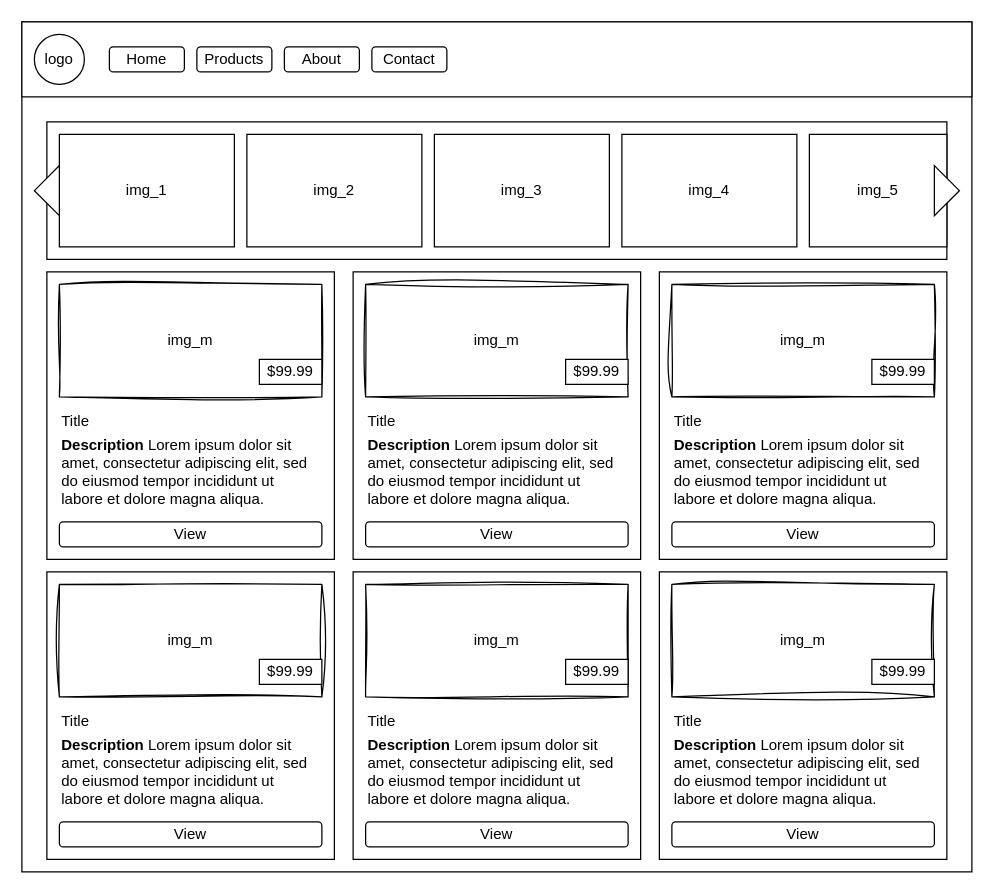
Above: home.drawio in rdnamil/PROG2700-Project (draw.io), before the change. Source tidied: cells renumbered, new cells numbered last; positions are measured from the earlier drawing's top-left corner, leaving out a move shared by most shapes. Both pictures are drawn from the tidied source at 125%, with x=0, y=0 at pixel (21, 21).
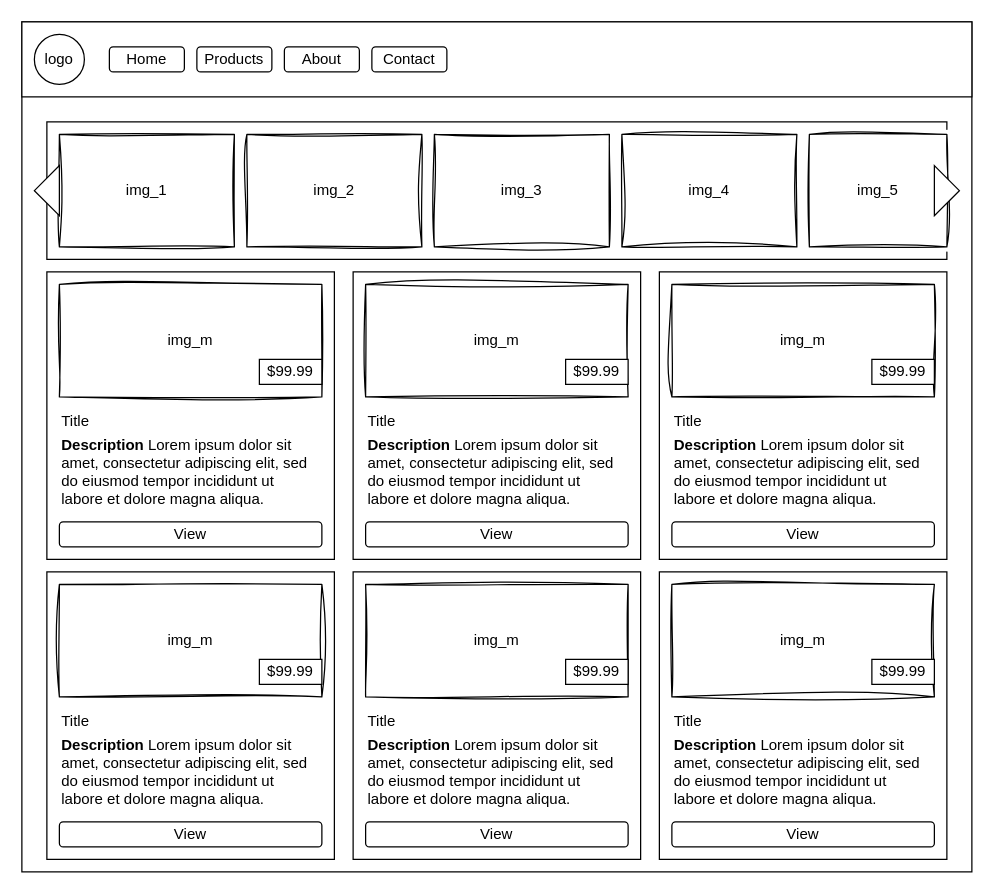
The same diagram, later.

Commit message (it also covers changes not shown here):
product modal wireframe

Change to the diagram source:
```diff
@@
-    <mxCell id="10" value="img_1" style="rounded=0;whiteSpace=wrap;html=1;" parent="1" vertex="1">
+    <mxCell id="10" value="img_1" style="rounded=0;whiteSpace=wrap;html=1;sketch=1;curveFitting=1;jiggle=2;" parent="1" vertex="1">
       <mxGeometry x="30" y="90" width="140" height="90" as="geometry" />
     </mxCell>
-    <mxCell id="11" value="img_2" style="rounded=0;whiteSpace=wrap;html=1;" parent="1" vertex="1">
+    <mxCell id="11" value="img_2" style="rounded=0;whiteSpace=wrap;html=1;sketch=1;curveFitting=1;jiggle=2;" parent="1" vertex="1">
       <mxGeometry x="180" y="90" width="140" height="90" as="geometry" />
     </mxCell>
-    <mxCell id="12" value="img_3" style="rounded=0;whiteSpace=wrap;html=1;" parent="1" vertex="1">
+    <mxCell id="12" value="img_3" style="rounded=0;whiteSpace=wrap;html=1;sketch=1;curveFitting=1;jiggle=2;" parent="1" vertex="1">
       <mxGeometry x="330" y="90" width="140" height="90" as="geometry" />
     </mxCell>
-    <mxCell id="13" value="img_4" style="rounded=0;whiteSpace=wrap;html=1;" parent="1" vertex="1">
+    <mxCell id="13" value="img_4" style="rounded=0;whiteSpace=wrap;html=1;sketch=1;curveFitting=1;jiggle=2;" parent="1" vertex="1">
       <mxGeometry x="480" y="90" width="140" height="90" as="geometry" />
     </mxCell>
-    <mxCell id="14" value="img_5" style="rounded=0;whiteSpace=wrap;html=1;" parent="1" vertex="1">
+    <mxCell id="14" value="img_5" style="rounded=0;whiteSpace=wrap;html=1;sketch=1;curveFitting=1;jiggle=2;" parent="1" vertex="1">
       <mxGeometry x="630" y="90" width="110" height="90" as="geometry" />
     </mxCell>
```
